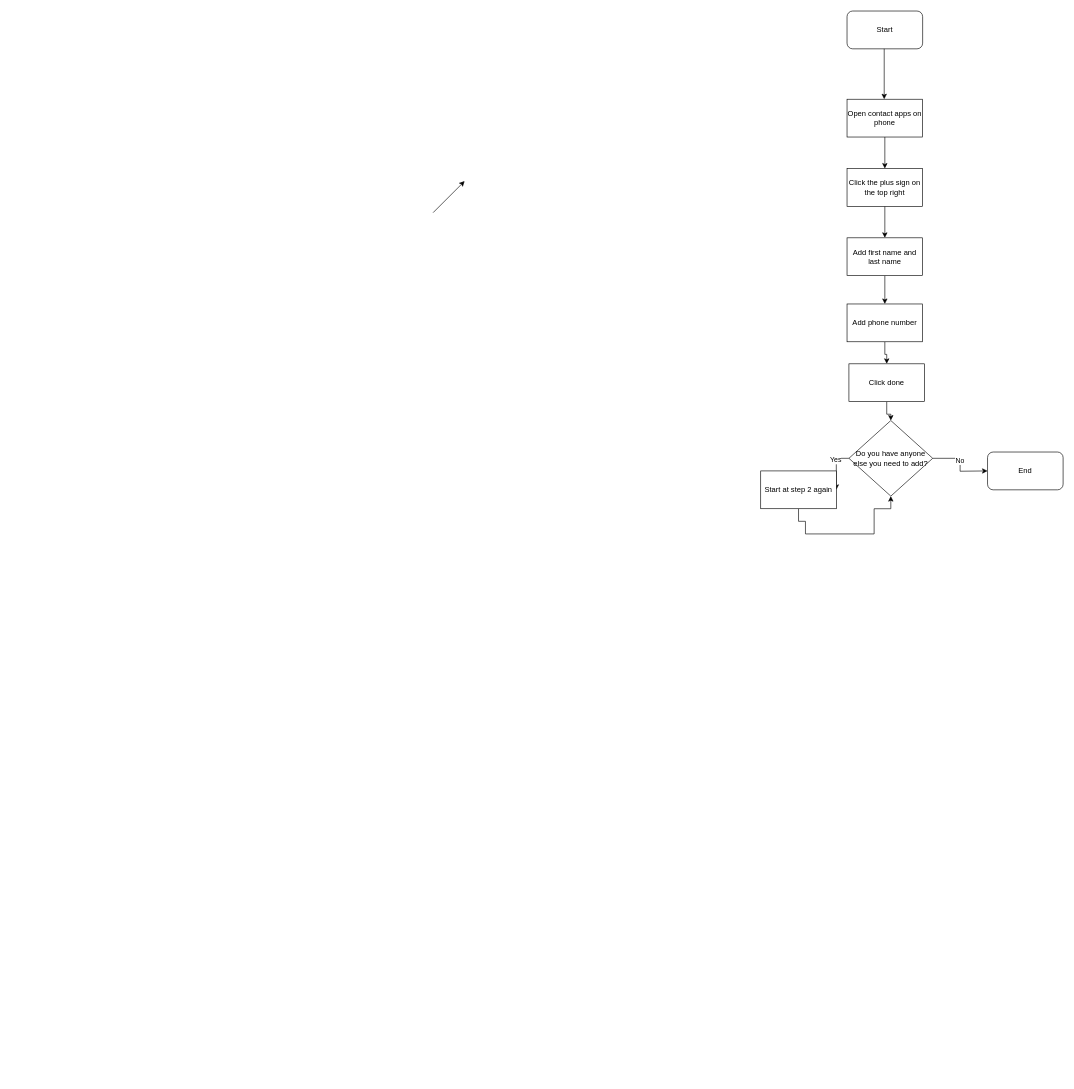
Earlier version of the draw.io diagram Untitled Diagram.drawio (halcyon8878/APCS). Source tidied: cells renumbered, new cells numbered last; positions are measured from the earlier drawing's top-left corner, leaving out a move shared by most shapes. Both pictures are drawn from the tidied source at 63%, with x=0, y=0 at pixel (433, 11).
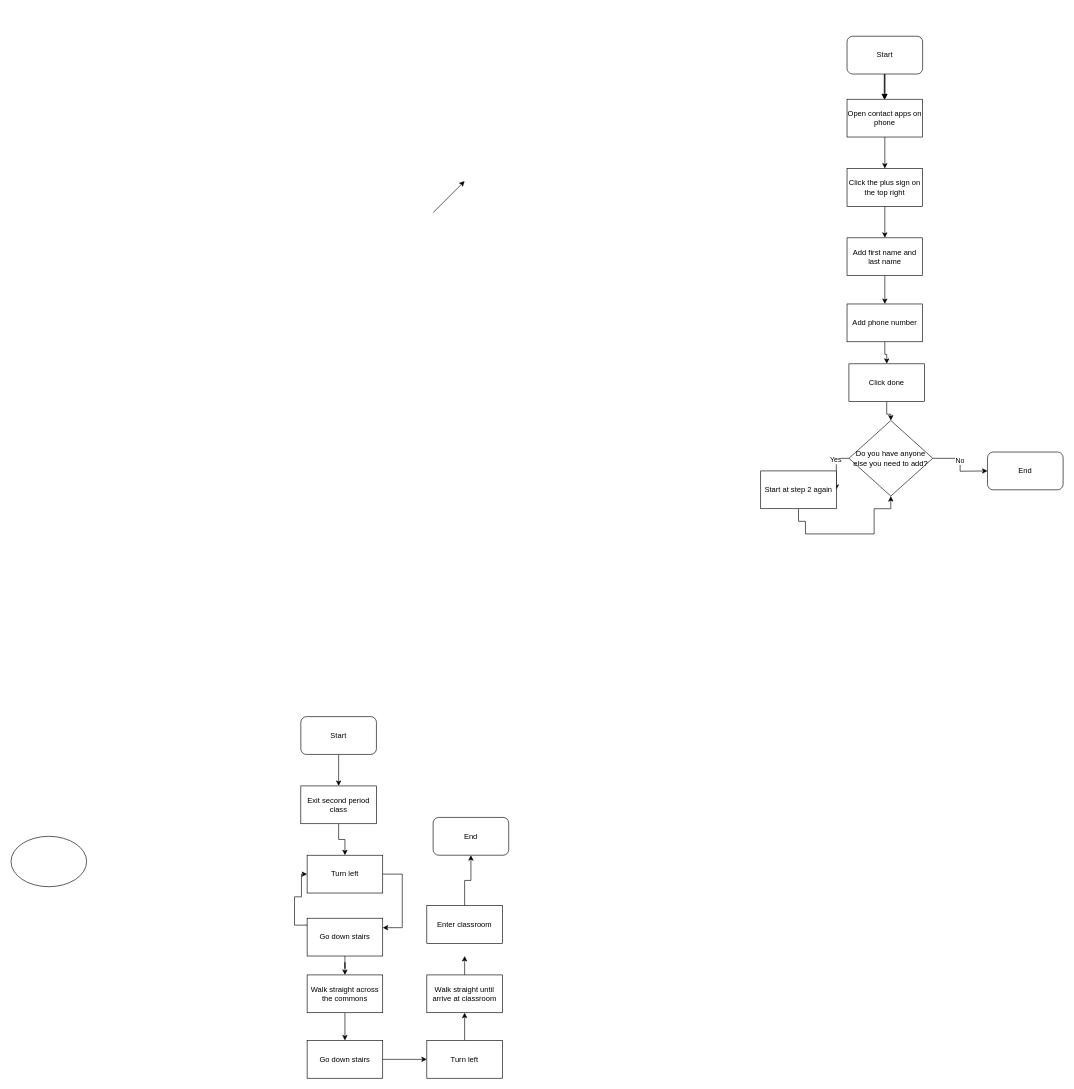
The same page after the edit.

Unchanged cells that the change refers to:
```xml
<mxCell id="6" value="Open contact apps on phone" style="rounded=0;whiteSpace=wrap;html=1;" parent="1" vertex="1">
  <mxGeometry x="657" y="140" width="120" height="60" as="geometry" />
</mxCell>
```

The edit, as a diff of the source:
```diff
@@
+    <mxCell id="23" style="edgeStyle=orthogonalEdgeStyle;rounded=0;jettySize=auto;html=1;" parent="1" edge="1" source="2" target="6">
+      <mxGeometry relative="1" as="geometry" />
+    </mxCell>
+    <mxCell id="24" style="edgeStyle=orthogonalEdgeStyle;rounded=0;jettySize=auto;html=1;" parent="1" edge="1" source="2" target="6">
+      <mxGeometry relative="1" as="geometry" />
+    </mxCell>
     <mxCell id="2" value="Start" style="rounded=1;whiteSpace=wrap;html=1;" parent="1" vertex="1">
-      <mxGeometry x="657" width="120" height="60" as="geometry" />
+      <mxGeometry x="657" y="40" width="120" height="60" as="geometry" />
     </mxCell>
@@
     <mxCell id="4" style="endArrow=classic;html=1;rounded=0;" parent="1" edge="1">
       <mxGeometry relative="1" as="geometry">
-        <mxPoint x="716" y="60" as="sourcePoint" />
+        <mxPoint x="716" y="100" as="sourcePoint" />
         <mxPoint x="716" y="140" as="targetPoint" />
       </mxGeometry>
     </mxCell>
@@
+    <mxCell id="25" style="ellipse;whiteSpace=wrap;html=1;" parent="1" vertex="1">
+      <mxGeometry x="-670" y="1310" width="120" height="80" as="geometry" />
+    </mxCell>
+    <mxCell id="26" style="edgeStyle=orthogonalEdgeStyle;rounded=0;jettySize=auto;html=1;" parent="1" edge="1" source="27" target="29">
+      <mxGeometry relative="1" as="geometry" />
+    </mxCell>
+    <mxCell id="27" value="Start" style="rounded=1;whiteSpace=wrap;html=1;" parent="1" vertex="1">
+      <mxGeometry x="-210" y="1120" width="120" height="60" as="geometry" />
+    </mxCell>
+    <mxCell id="28" style="edgeStyle=orthogonalEdgeStyle;rounded=0;jettySize=auto;html=1;" parent="1" edge="1" source="29" target="31">
+      <mxGeometry relative="1" as="geometry" />
+    </mxCell>
+    <mxCell id="29" value="Exit second period class" style="rounded=0;whiteSpace=wrap;html=1;" parent="1" vertex="1">
+      <mxGeometry x="-210" y="1230" width="120" height="60" as="geometry" />
+    </mxCell>
+    <mxCell id="30" style="edgeStyle=orthogonalEdgeStyle;rounded=0;jettySize=auto;html=1;entryX=1;entryY=0.25;entryDx=0;entryDy=0;" parent="1" edge="1" source="31" target="34">
+      <mxGeometry relative="1" as="geometry">
+        <Array as="points">
+          <mxPoint x="-49" y="1370" />
+          <mxPoint x="-49" y="1455" />
+        </Array>
+      </mxGeometry>
+    </mxCell>
+    <mxCell id="31" value="Turn left" style="rounded=0;whiteSpace=wrap;html=1;" parent="1" vertex="1">
+      <mxGeometry x="-200" y="1340" width="120" height="60" as="geometry" />
+    </mxCell>
+    <mxCell id="32" style="edgeStyle=orthogonalEdgeStyle;rounded=0;jettySize=auto;html=1;" parent="1" edge="1" target="31">
+      <mxGeometry relative="1" as="geometry">
+        <mxPoint x="-200" y="1450" as="sourcePoint" />
+        <Array as="points">
+          <mxPoint x="-200" y="1451" />
+          <mxPoint x="-220" y="1451" />
+          <mxPoint x="-220" y="1406" />
+          <mxPoint x="-209" y="1406" />
+          <mxPoint x="-209" y="1370" />
+        </Array>
+      </mxGeometry>
+    </mxCell>
+    <mxCell id="33" style="edgeStyle=orthogonalEdgeStyle;rounded=0;jettySize=auto;html=1;" parent="1" edge="1" source="34" target="36">
+      <mxGeometry relative="1" as="geometry" />
+    </mxCell>
+    <mxCell id="34" value="Go down stairs" style="rounded=0;whiteSpace=wrap;html=1;" parent="1" vertex="1">
+      <mxGeometry x="-200" y="1440" width="120" height="60" as="geometry" />
+    </mxCell>
+    <mxCell id="35" style="edgeStyle=orthogonalEdgeStyle;rounded=0;jettySize=auto;html=1;" parent="1" edge="1" source="36" target="38">
+      <mxGeometry relative="1" as="geometry" />
+    </mxCell>
+    <mxCell id="36" value="Walk straight across the commons" style="rounded=0;whiteSpace=wrap;html=1;" parent="1" vertex="1">
+      <mxGeometry x="-200" y="1530" width="120" height="60" as="geometry" />
+    </mxCell>
+    <mxCell id="37" style="edgeStyle=orthogonalEdgeStyle;rounded=0;jettySize=auto;html=1;" parent="1" edge="1" source="38" target="40">
+      <mxGeometry relative="1" as="geometry" />
+    </mxCell>
+    <mxCell id="38" value="Go down stairs" style="rounded=0;whiteSpace=wrap;html=1;" parent="1" vertex="1">
+      <mxGeometry x="-200" y="1634" width="120" height="60" as="geometry" />
+    </mxCell>
+    <mxCell id="39" style="edgeStyle=orthogonalEdgeStyle;rounded=0;jettySize=auto;html=1;" parent="1" edge="1" source="40" target="42">
+      <mxGeometry relative="1" as="geometry" />
+    </mxCell>
+    <mxCell id="40" value="Turn left" style="rounded=0;whiteSpace=wrap;html=1;" parent="1" vertex="1">
+      <mxGeometry x="-10" y="1634" width="120" height="60" as="geometry" />
+    </mxCell>
+    <mxCell id="41" style="edgeStyle=orthogonalEdgeStyle;rounded=0;jettySize=auto;html=1;" parent="1" edge="1" source="42">
+      <mxGeometry relative="1" as="geometry">
+        <mxPoint x="50" y="1500" as="targetPoint" />
+      </mxGeometry>
+    </mxCell>
+    <mxCell id="42" value="Walk straight until arrive at classroom" style="rounded=0;whiteSpace=wrap;html=1;" parent="1" vertex="1">
+      <mxGeometry x="-10" y="1530" width="120" height="60" as="geometry" />
+    </mxCell>
+    <mxCell id="43" style="edgeStyle=orthogonalEdgeStyle;rounded=0;jettySize=auto;html=1;" parent="1" edge="1" source="44" target="45">
+      <mxGeometry relative="1" as="geometry" />
+    </mxCell>
+    <mxCell id="44" value="Enter classroom" style="rounded=0;whiteSpace=wrap;html=1;" parent="1" vertex="1">
+      <mxGeometry x="-10" y="1420" width="120" height="60" as="geometry" />
+    </mxCell>
+    <mxCell id="45" value="End" style="rounded=1;whiteSpace=wrap;html=1;" parent="1" vertex="1">
+      <mxGeometry y="1280" width="120" height="60" as="geometry" />
+    </mxCell>
```
